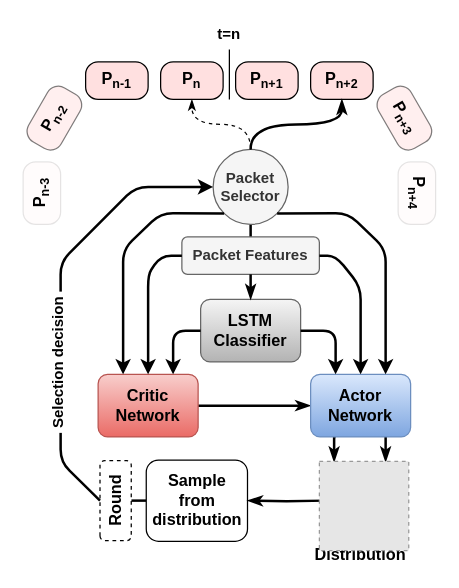
This is paper_rl/img/rnn-sampling.drawio from binh04032003/adversarial-recurrent-ids, a draw.io file, before an edit. Source tidied: cells renumbered, new cells numbered last; positions are measured from the earlier drawing's top-left corner, leaving out a move shared by most shapes. Both pictures are drawn from the tidied source at 125%, with x=0, y=0 at pixel (10, 21). Pictures stored in the file or linked from it are replaced by grey dashed boxes.
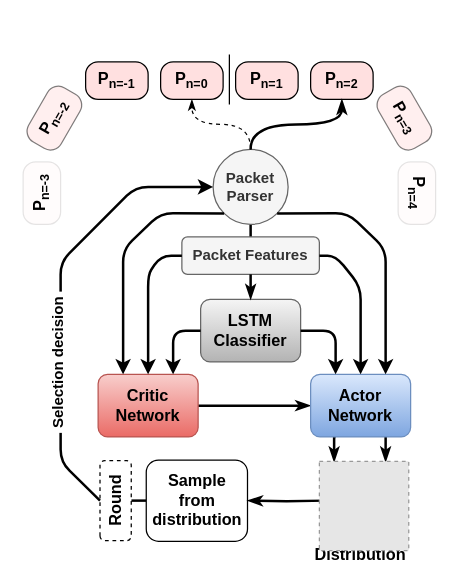
Above is the later version.

Commit message (it also covers changes not shown here):
revise paper based on Tanja's comments: text modifications, figures improvements.

Diff of the diagram source:
```diff
@@
-    <mxCell id="8" value="&lt;b&gt;&lt;font style=&quot;font-size: 13px&quot;&gt;P&lt;/font&gt;&lt;sub&gt;n-1&lt;/sub&gt;&lt;/b&gt;" style="html=1;whiteSpace=wrap;fillColor=#FFE0E0;shape=mxgraph.archimate3.application;archiType=rounded;" parent="1" vertex="1">
+    <mxCell id="8" value="&lt;b&gt;&lt;font style=&quot;font-size: 13px&quot;&gt;P&lt;/font&gt;&lt;sub&gt;n=-1&lt;/sub&gt;&lt;/b&gt;" style="html=1;whiteSpace=wrap;fillColor=#FFE0E0;shape=mxgraph.archimate3.application;archiType=rounded;" parent="1" vertex="1">
       <mxGeometry x="60" y="32" width="50" height="30" as="geometry" />
     </mxCell>
-    <mxCell id="9" value="&lt;b&gt;&lt;font style=&quot;font-size: 13px&quot;&gt;P&lt;/font&gt;&lt;sub&gt;n+1&lt;/sub&gt;&lt;/b&gt;" style="html=1;whiteSpace=wrap;fillColor=#FFE0E0;shape=mxgraph.archimate3.application;archiType=rounded;" parent="1" vertex="1">
+    <mxCell id="9" value="&lt;b&gt;&lt;font style=&quot;font-size: 13px&quot;&gt;P&lt;/font&gt;&lt;sub&gt;n=1&lt;/sub&gt;&lt;/b&gt;" style="html=1;whiteSpace=wrap;fillColor=#FFE0E0;shape=mxgraph.archimate3.application;archiType=rounded;" parent="1" vertex="1">
       <mxGeometry x="180" y="32" width="50" height="30" as="geometry" />
     </mxCell>
-    <mxCell id="10" value="&lt;b&gt;&lt;font style=&quot;font-size: 13px&quot;&gt;P&lt;/font&gt;&lt;sub&gt;n+2&lt;/sub&gt;&lt;/b&gt;" style="html=1;outlineConnect=0;whiteSpace=wrap;fillColor=#FFE0E0;shape=mxgraph.archimate3.application;archiType=rounded;" parent="1" vertex="1">
+    <mxCell id="10" value="&lt;b&gt;&lt;font style=&quot;font-size: 13px&quot;&gt;P&lt;/font&gt;&lt;sub&gt;n=2&lt;/sub&gt;&lt;/b&gt;" style="html=1;outlineConnect=0;whiteSpace=wrap;fillColor=#FFE0E0;shape=mxgraph.archimate3.application;archiType=rounded;" parent="1" vertex="1">
       <mxGeometry x="240" y="32" width="50" height="30" as="geometry" />
     </mxCell>
-    <mxCell id="11" value="&lt;b&gt;&lt;font style=&quot;font-size: 13px&quot;&gt;P&lt;/font&gt;&lt;sub&gt;n&lt;/sub&gt;&lt;/b&gt;" style="html=1;outlineConnect=0;whiteSpace=wrap;fillColor=#FFE0E0;shape=mxgraph.archimate3.application;archiType=rounded;" parent="1" vertex="1">
+    <mxCell id="11" value="&lt;b&gt;&lt;font style=&quot;font-size: 13px&quot;&gt;P&lt;/font&gt;&lt;sub&gt;n&lt;/sub&gt;&lt;sub&gt;=0&lt;/sub&gt;&lt;/b&gt;" style="html=1;outlineConnect=0;whiteSpace=wrap;fillColor=#FFE0E0;shape=mxgraph.archimate3.application;archiType=rounded;" parent="1" vertex="1">
       <mxGeometry x="120" y="32" width="50" height="30" as="geometry" />
     </mxCell>
-    <mxCell id="12" value="&lt;b&gt;&lt;font style=&quot;font-size: 13px&quot;&gt;P&lt;/font&gt;&lt;sub&gt;n-2&lt;/sub&gt;&lt;/b&gt;" style="html=1;whiteSpace=wrap;fillColor=#FFE0E0;shape=mxgraph.archimate3.application;archiType=rounded;opacity=50;rotation=-60;" parent="1" vertex="1">
+    <mxCell id="12" value="&lt;b&gt;&lt;font style=&quot;font-size: 13px&quot;&gt;P&lt;/font&gt;&lt;sub&gt;n=-2&lt;/sub&gt;&lt;/b&gt;" style="html=1;whiteSpace=wrap;fillColor=#FFE0E0;shape=mxgraph.archimate3.application;archiType=rounded;opacity=50;rotation=-60;" parent="1" vertex="1">
       <mxGeometry x="10" y="62" width="50" height="30" as="geometry" />
     </mxCell>
-    <mxCell id="13" value="&lt;b&gt;&lt;font style=&quot;font-size: 13px&quot;&gt;P&lt;/font&gt;&lt;sub&gt;n-3&lt;/sub&gt;&lt;/b&gt;" style="html=1;whiteSpace=wrap;fillColor=#FFE0E0;shape=mxgraph.archimate3.application;archiType=rounded;opacity=10;rotation=-90;" parent="1" vertex="1">
+    <mxCell id="13" value="&lt;b&gt;&lt;font style=&quot;font-size: 13px&quot;&gt;P&lt;/font&gt;&lt;sub&gt;n=-3&lt;/sub&gt;&lt;/b&gt;" style="html=1;whiteSpace=wrap;fillColor=#FFE0E0;shape=mxgraph.archimate3.application;archiType=rounded;opacity=10;rotation=-90;" parent="1" vertex="1">
       <mxGeometry y="122" width="50" height="30" as="geometry" />
     </mxCell>
-    <mxCell id="14" value="&lt;b&gt;&lt;font style=&quot;font-size: 13px&quot;&gt;P&lt;/font&gt;&lt;sub&gt;n+3&lt;/sub&gt;&lt;/b&gt;" style="html=1;whiteSpace=wrap;fillColor=#FFE0E0;shape=mxgraph.archimate3.application;archiType=rounded;opacity=50;rotation=60;" parent="1" vertex="1">
+    <mxCell id="14" value="&lt;b&gt;&lt;font style=&quot;font-size: 13px&quot;&gt;P&lt;/font&gt;&lt;sub&gt;n=3&lt;/sub&gt;&lt;/b&gt;" style="html=1;whiteSpace=wrap;fillColor=#FFE0E0;shape=mxgraph.archimate3.application;archiType=rounded;opacity=50;rotation=60;" parent="1" vertex="1">
       <mxGeometry x="290" y="62" width="50" height="30" as="geometry" />
     </mxCell>
-    <mxCell id="15" value="&lt;b&gt;&lt;font style=&quot;font-size: 13px&quot;&gt;P&lt;/font&gt;&lt;sub&gt;n+4&lt;/sub&gt;&lt;/b&gt;" style="html=1;whiteSpace=wrap;fillColor=#FFE0E0;shape=mxgraph.archimate3.application;archiType=rounded;opacity=10;rotation=90;" parent="1" vertex="1">
+    <mxCell id="15" value="&lt;b&gt;&lt;font style=&quot;font-size: 13px&quot;&gt;P&lt;/font&gt;&lt;sub&gt;n=4&lt;/sub&gt;&lt;/b&gt;" style="html=1;whiteSpace=wrap;fillColor=#FFE0E0;shape=mxgraph.archimate3.application;archiType=rounded;opacity=10;rotation=90;" parent="1" vertex="1">
       <mxGeometry x="300" y="122" width="50" height="30" as="geometry" />
     </mxCell>
@@
-    <mxCell id="17" value="&lt;div&gt;&lt;b&gt;Packet&lt;br&gt;&lt;/b&gt;&lt;/div&gt;&lt;div&gt;&lt;b&gt;Selector&lt;/b&gt;&lt;/div&gt;" style="ellipse;whiteSpace=wrap;html=1;fillColor=#f5f5f5;strokeColor=#666666;fontColor=#333333;" parent="1" vertex="1">
+    <mxCell id="17" value="&lt;div&gt;&lt;b&gt;Packet&lt;br&gt;&lt;/b&gt;&lt;/div&gt;&lt;div&gt;&lt;b&gt;Parser&lt;/b&gt;&lt;/div&gt;" style="ellipse;whiteSpace=wrap;html=1;fillColor=#f5f5f5;strokeColor=#666666;fontColor=#333333;" parent="1" vertex="1">
       <mxGeometry x="162" y="102" width="60" height="60" as="geometry" />
     </mxCell>
@@
     <mxCell id="21" style="endArrow=none;html=1;" parent="1" edge="1">
       <mxGeometry relative="1" as="geometry">
-        <mxPoint x="175" y="62" as="sourcePoint" />
-        <mxPoint x="175" y="22" as="targetPoint" />
+        <mxPoint x="175" y="66" as="sourcePoint" />
+        <mxPoint x="175" y="26" as="targetPoint" />
       </mxGeometry>
     </mxCell>
@@
-    <mxCell id="24" value="&lt;b&gt;t=n&lt;/b&gt;" style="text;html=1;strokeColor=none;fillColor=none;align=center;verticalAlign=middle;whiteSpace=wrap;rounded=0;opacity=60;" parent="1" vertex="1">
-      <mxGeometry x="155" width="40" height="20" as="geometry" />
-    </mxCell>
```
